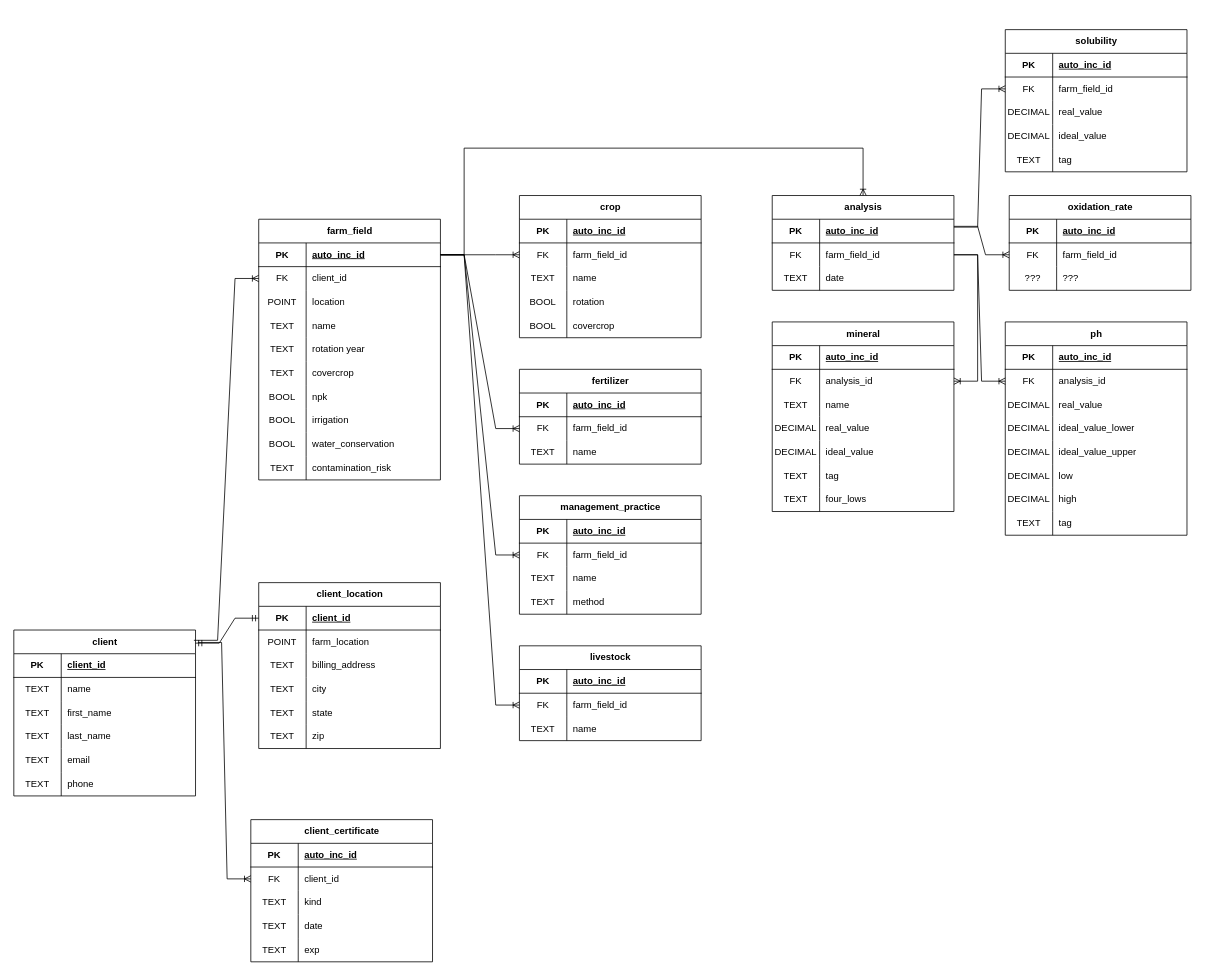
Before: diagrams/database_schema.drawio in toddagriscience/psylocke, a draw.io diagram. Source tidied: cells renumbered, new cells numbered last; positions are measured from the earlier drawing's top-left corner, leaving out a move shared by most shapes. Both pictures are drawn from the tidied source at 79%, with x=0, y=0 at pixel (13, 29).
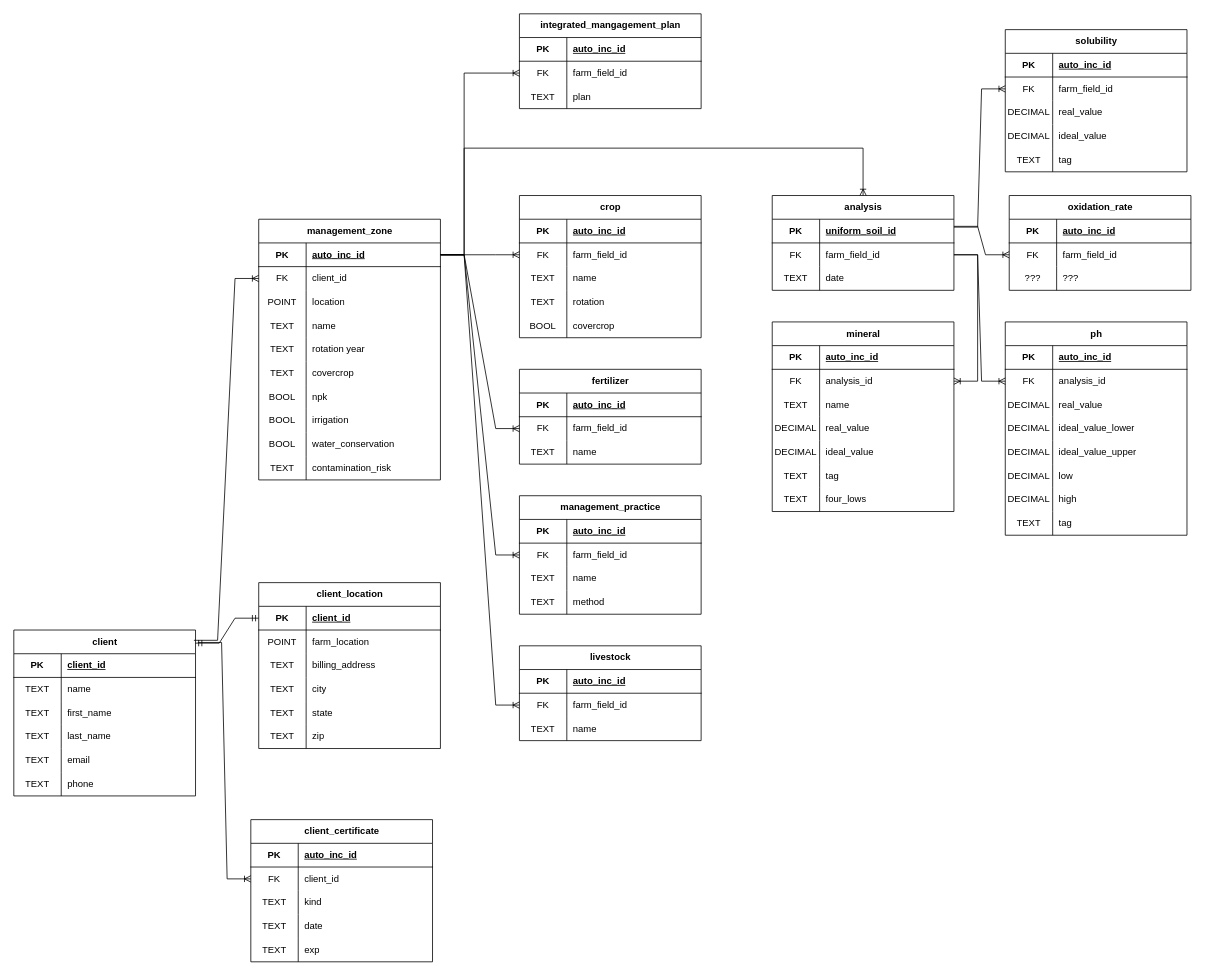
After the change.

Commit message:
feat: updates to database schema

The change refers to these unchanged cells:
```xml
<mxCell id="59" style="shape=tableRow;horizontal=0;startSize=0;swimlaneHead=0;swimlaneBody=0;fillColor=none;points=[[0,0.5],[1,0.5]];portConstraint=eastwest;top=0;left=0;right=0;bottom=1;" parent="58" vertex="1">
  <mxGeometry y="30" width="230" height="30" as="geometry" />
</mxCell>
<mxCell id="99" style="shape=tableRow;horizontal=0;startSize=0;swimlaneHead=0;swimlaneBody=0;fillColor=none;top=0;left=0;right=0;bottom=0;" parent="89" vertex="1">
  <mxGeometry y="120" width="230" height="30" as="geometry" />
</mxCell>
<mxCell id="144" style="shape=tableRow;horizontal=0;startSize=0;swimlaneHead=0;swimlaneBody=0;fillColor=none;points=[[0,0.5],[1,0.5]];portConstraint=eastwest;top=0;left=0;right=0;bottom=1;" parent="143" vertex="1">
  <mxGeometry y="30" width="230" height="30" as="geometry" />
</mxCell>
```

What changed in the source:
```diff
@@
-    <mxCell id="58" value="farm_field" style="shape=table;startSize=30;childLayout=tableLayout;rowLines=0;fontStyle=1;align=center;html=1;" parent="1" vertex="1">
+    <mxCell id="58" value="management_zone" style="shape=table;startSize=30;childLayout=tableLayout;rowLines=0;fontStyle=1;align=center;html=1;" parent="1" vertex="1">
       <mxGeometry x="310" y="240" width="230" height="330" as="geometry" />
     </mxCell>
@@
-    <mxCell id="100" value="BOOL" style="shape=partialRectangle;fillColor=none;top=0;left=0;bottom=0;right=0;overflow=hidden;whiteSpace=wrap;html=1;" parent="99" vertex="1">
+    <mxCell id="100" value="TEXT" style="shape=partialRectangle;fillColor=none;top=0;left=0;bottom=0;right=0;overflow=hidden;whiteSpace=wrap;html=1;" parent="99" vertex="1">
       <mxGeometry width="60" height="30" as="geometry" />
     </mxCell>
@@
-    <mxCell id="146" value="auto_inc_id" style="shape=partialRectangle;fillColor=none;top=0;left=0;bottom=0;right=0;align=left;spacingLeft=6;fontStyle=5;overflow=hidden;whiteSpace=wrap;html=1;" parent="144" vertex="1">
+    <mxCell id="146" value="uniform_soil_id" style="shape=partialRectangle;fillColor=none;top=0;left=0;bottom=0;right=0;align=left;spacingLeft=6;fontStyle=5;overflow=hidden;whiteSpace=wrap;html=1;" parent="144" vertex="1">
       <mxGeometry x="60" width="170" height="30" as="geometry" />
     </mxCell>
@@
+    <mxCell id="231" value="integrated_mangagement_plan" style="shape=table;startSize=30;childLayout=tableLayout;rowLines=0;fontStyle=1;align=center;html=1;" parent="1" vertex="1">
+      <mxGeometry x="640" y="-20" width="230" height="120" as="geometry" />
+    </mxCell>
+    <mxCell id="232" style="shape=tableRow;horizontal=0;startSize=0;swimlaneHead=0;swimlaneBody=0;fillColor=none;top=0;left=0;right=0;bottom=1;" parent="231" vertex="1">
+      <mxGeometry y="30" width="230" height="30" as="geometry" />
+    </mxCell>
+    <mxCell id="233" value="PK" style="shape=partialRectangle;fillColor=none;top=0;left=0;bottom=0;right=0;fontStyle=1;overflow=hidden;whiteSpace=wrap;html=1;" parent="232" vertex="1">
+      <mxGeometry width="60" height="30" as="geometry" />
+    </mxCell>
+    <mxCell id="234" value="auto_inc_id" style="shape=partialRectangle;fillColor=none;top=0;left=0;bottom=0;right=0;align=left;spacingLeft=6;fontStyle=5;overflow=hidden;whiteSpace=wrap;html=1;" parent="232" vertex="1">
+      <mxGeometry x="60" width="170" height="30" as="geometry" />
+    </mxCell>
+    <mxCell id="235" style="shape=tableRow;horizontal=0;startSize=0;swimlaneHead=0;swimlaneBody=0;fillColor=none;points=[[0,0.5],[1,0.5]];portConstraint=eastwest;top=0;left=0;right=0;bottom=0;" parent="231" vertex="1">
+      <mxGeometry y="60" width="230" height="30" as="geometry" />
+    </mxCell>
+    <mxCell id="236" value="FK" style="shape=partialRectangle;fillColor=none;top=0;left=0;bottom=0;right=0;overflow=hidden;whiteSpace=wrap;html=1;" parent="235" vertex="1">
+      <mxGeometry width="60" height="30" as="geometry" />
+    </mxCell>
+    <mxCell id="237" value="farm_field_id" style="shape=partialRectangle;fillColor=none;top=0;left=0;bottom=0;right=0;align=left;spacingLeft=6;overflow=hidden;whiteSpace=wrap;html=1;" parent="235" vertex="1">
+      <mxGeometry x="60" width="170" height="30" as="geometry" />
+    </mxCell>
+    <mxCell id="238" style="shape=tableRow;horizontal=0;startSize=0;swimlaneHead=0;swimlaneBody=0;fillColor=none;top=0;left=0;right=0;bottom=0;" parent="231" vertex="1">
+      <mxGeometry y="90" width="230" height="30" as="geometry" />
+    </mxCell>
+    <mxCell id="239" value="TEXT" style="shape=partialRectangle;fillColor=none;top=0;left=0;bottom=0;right=0;overflow=hidden;whiteSpace=wrap;html=1;" parent="238" vertex="1">
+      <mxGeometry width="60" height="30" as="geometry" />
+    </mxCell>
+    <mxCell id="240" value="plan" style="shape=partialRectangle;fillColor=none;top=0;left=0;bottom=0;right=0;align=left;spacingLeft=6;overflow=hidden;whiteSpace=wrap;html=1;" parent="238" vertex="1">
+      <mxGeometry x="60" width="170" height="30" as="geometry" />
+    </mxCell>
+    <mxCell id="241" style="edgeStyle=orthogonalEdgeStyle;fontSize=12;html=1;endArrow=ERoneToMany;rounded=0;exitX=1;exitY=0.5;exitDx=0;exitDy=0;entryX=0;entryY=0.5;entryDx=0;entryDy=0;" parent="1" edge="1" source="59" target="235">
+      <mxGeometry relative="1" as="geometry">
+        <Array as="points">
+          <mxPoint x="570" y="285" />
+          <mxPoint x="570" y="55" />
+        </Array>
+      </mxGeometry>
+    </mxCell>
```
